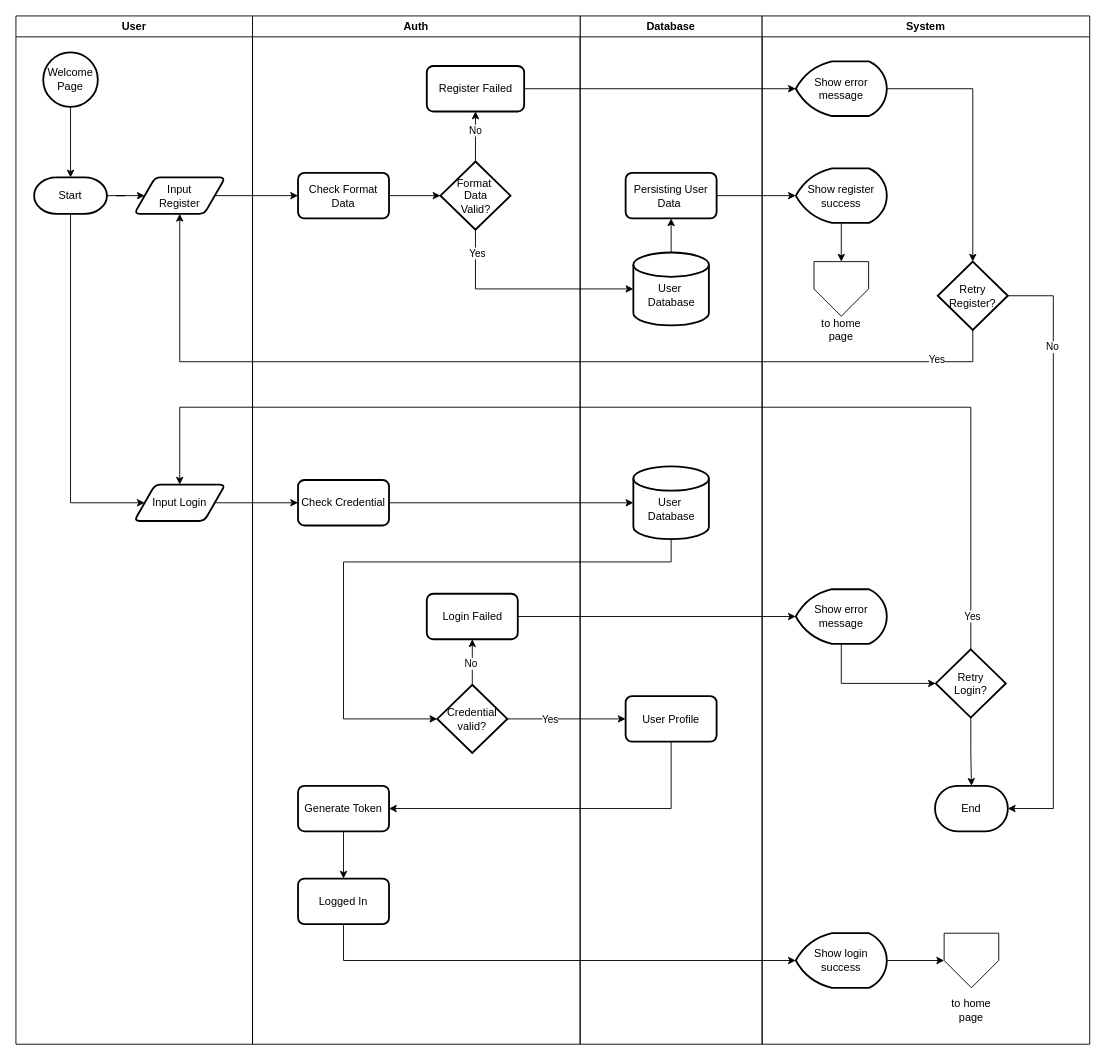
Earlier version of the draw.io diagram page "Users" (1 of 4) of dummy/Untitled Diagram.drawio (anggreinipra/ReCircle_backend). Source tidied: cells renumbered, new cells numbered last; positions are measured from the earlier drawing's top-left corner, leaving out a move shared by most shapes. Both pictures are drawn from the tidied source at 91%, with x=0, y=0 at pixel (15, 15).
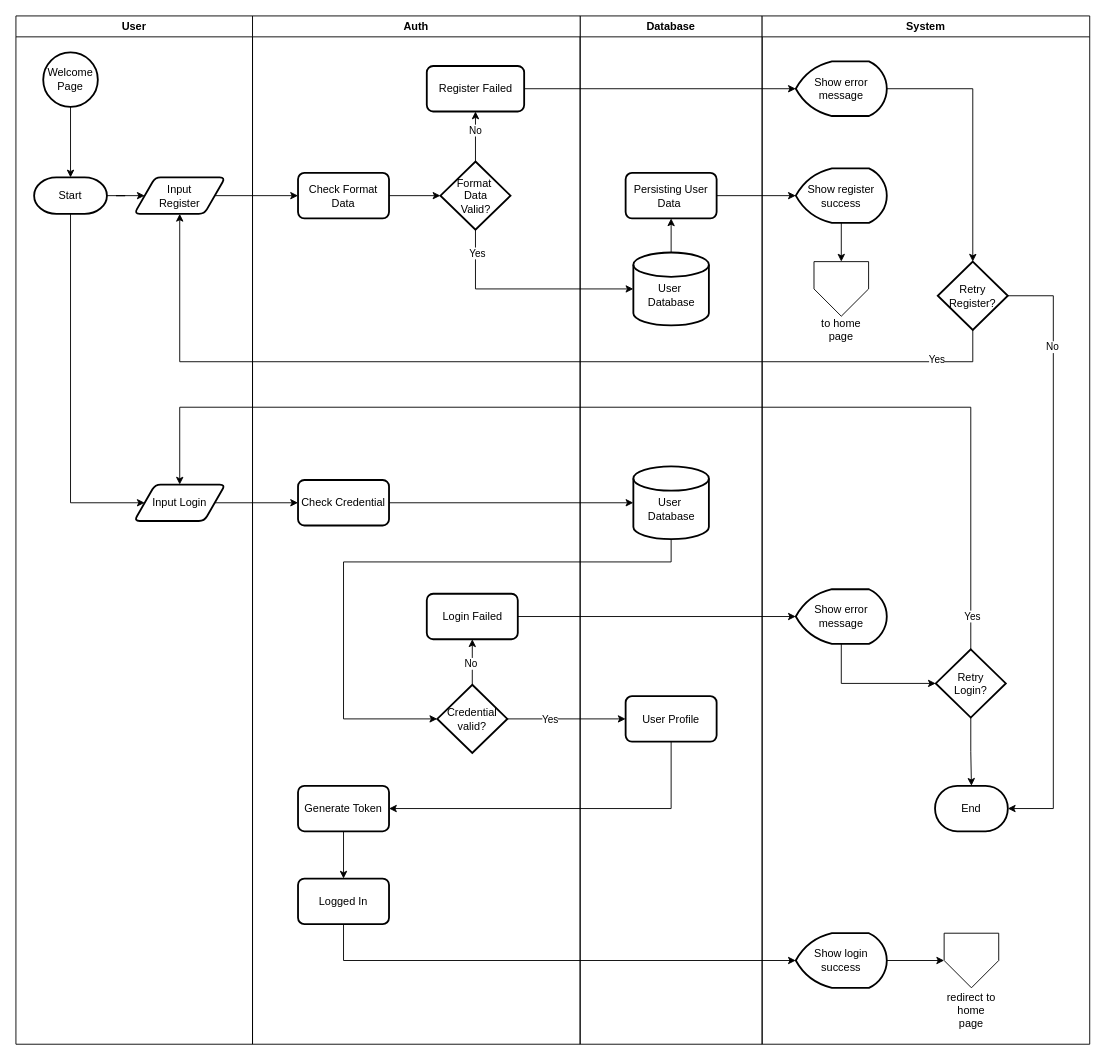
Above is the later version.

The change refers to these unchanged cells:
```xml
<mxCell id="8" value="System" style="swimlane;whiteSpace=wrap;html=1;" parent="1" vertex="1">
  <mxGeometry x="820" width="360" height="1130" as="geometry" />
</mxCell>
```

What changed in the source:
```diff
@@
-    <mxCell id="45" value="to home page" style="text;html=1;align=center;verticalAlign=middle;whiteSpace=wrap;rounded=0;" parent="8" vertex="1">
+    <mxCell id="45" value="redirect to home page" style="text;html=1;align=center;verticalAlign=middle;whiteSpace=wrap;rounded=0;" parent="8" vertex="1">
       <mxGeometry x="200" y="1078" width="60" height="30" as="geometry" />
     </mxCell>
```
